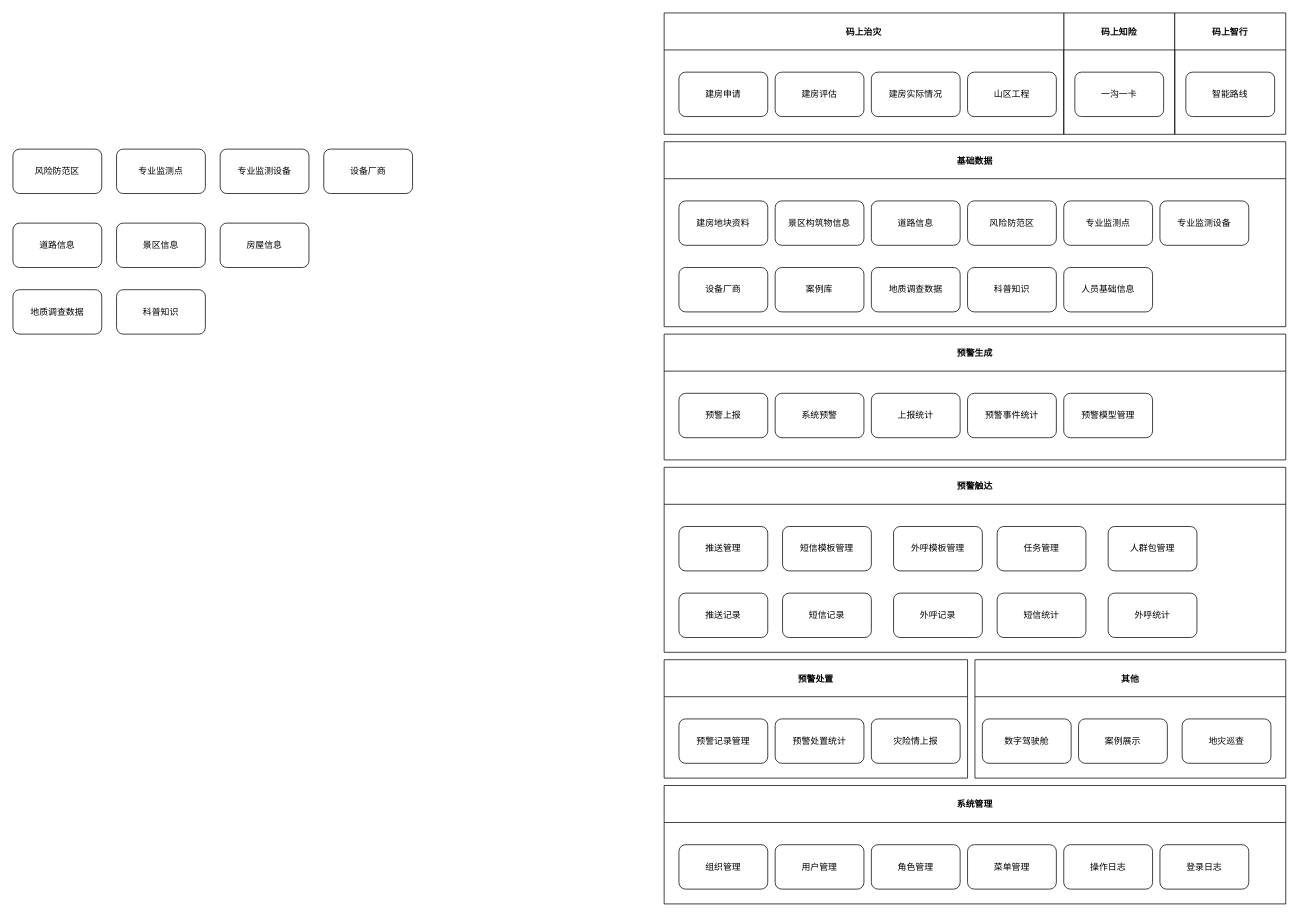
The draw.io diagram 柯城地灾模块设计.drawio in shoacom/docs, before the edit. Source tidied: cells renumbered, new cells numbered last; positions are measured from the earlier drawing's top-left corner, leaving out a move shared by most shapes. Both pictures are drawn from the tidied source at 74%, with x=0, y=0 at pixel (13, 13).
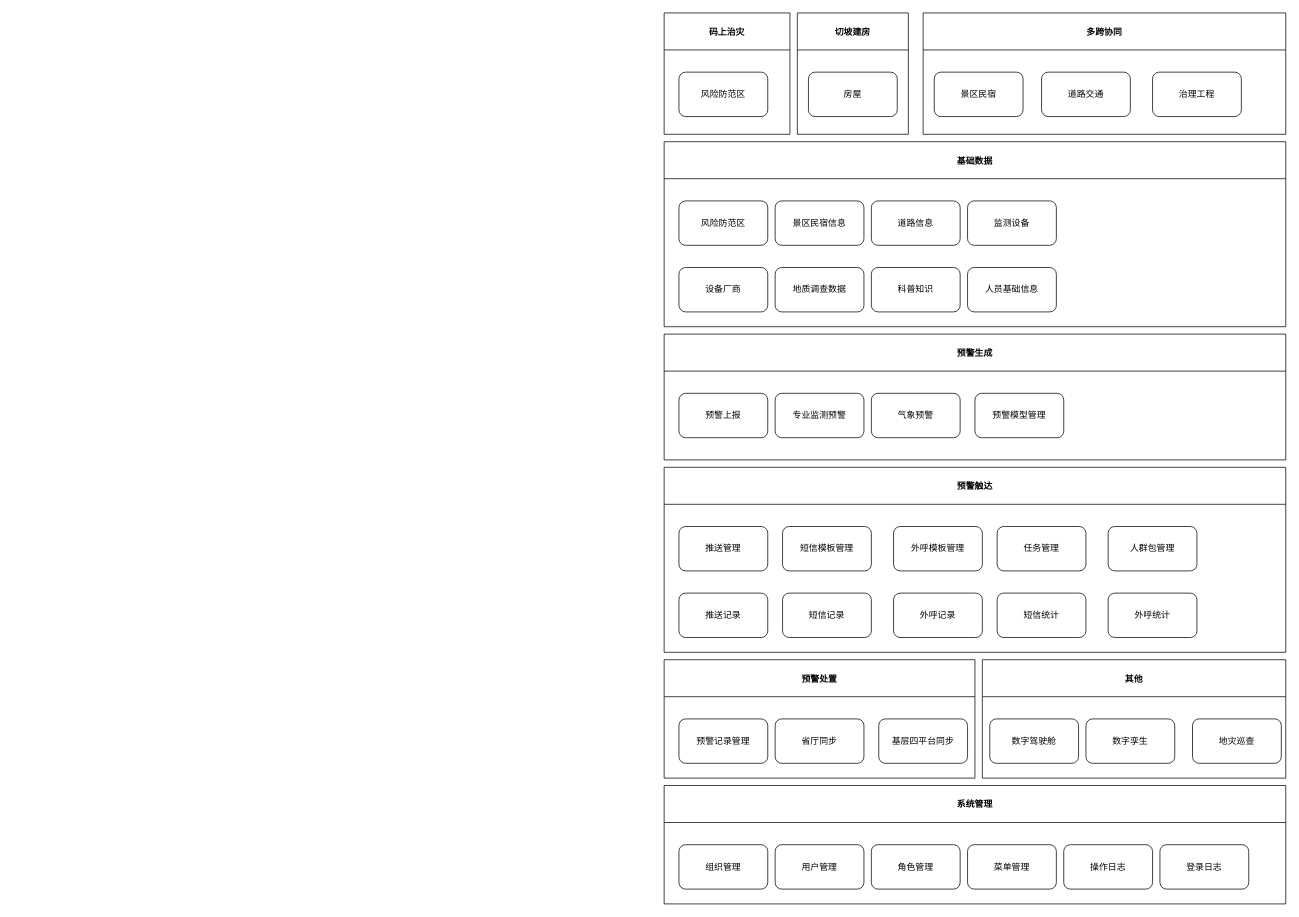
Above is the later version.

Commit message:
Update 柯城地灾模块设计.drawio

Unchanged cells that the change refers to:
```xml
<mxCell id="4" value="基础数据" style="swimlane;fontColor=default;strokeColor=default;fillColor=default;startSize=50;" parent="1" vertex="1">
  <mxGeometry x="880" y="174" width="840" height="250" as="geometry" />
</mxCell>
<mxCell id="16" value="预警生成" style="swimlane;fontColor=default;strokeColor=default;fillColor=default;startSize=50;" parent="1" vertex="1">
  <mxGeometry x="880" y="434" width="840" height="170" as="geometry" />
</mxCell>
```

Diff of the diagram source:
```diff
@@
-    <mxCell id="2" value="码上知险" style="swimlane;fontColor=default;strokeColor=default;fillColor=default;startSize=50;" parent="1" vertex="1">
-      <mxGeometry x="1420" width="150" height="164" as="geometry" />
+    <mxCell id="2" value="切坡建房" style="swimlane;fontColor=default;strokeColor=default;fillColor=default;startSize=50;" parent="1" vertex="1">
+      <mxGeometry x="1060" width="150" height="164" as="geometry" />
     </mxCell>
-    <mxCell id="3" value="&lt;span&gt;一沟一卡&lt;/span&gt;" style="whiteSpace=wrap;html=1;rounded=1;labelBackgroundColor=default;fillColor=default;strokeColor=default;fontColor=default;" parent="2" vertex="1">
+    <mxCell id="3" value="&lt;span&gt;房屋&lt;/span&gt;" style="whiteSpace=wrap;html=1;rounded=1;labelBackgroundColor=default;fillColor=default;strokeColor=default;fontColor=default;" parent="2" vertex="1">
       <mxGeometry x="15" y="80" width="120" height="60" as="geometry" />
     </mxCell>
@@
     <mxCell id="5" value="风险防范区" style="rounded=1;whiteSpace=wrap;html=1;labelBackgroundColor=default;fontColor=default;strokeColor=default;fillColor=default;" parent="4" vertex="1">
-      <mxGeometry x="410" y="80" width="120" height="60" as="geometry" />
+      <mxGeometry x="20" y="80" width="120" height="60" as="geometry" />
     </mxCell>
-    <mxCell id="6" value="专业监测点" style="rounded=1;whiteSpace=wrap;html=1;labelBackgroundColor=default;fontColor=default;strokeColor=default;fillColor=default;" parent="4" vertex="1">
-      <mxGeometry x="540" y="80" width="120" height="60" as="geometry" />
-    </mxCell>
-    <mxCell id="7" value="专业监测设备" style="rounded=1;whiteSpace=wrap;html=1;labelBackgroundColor=default;fontColor=default;strokeColor=default;fillColor=default;" parent="4" vertex="1">
-      <mxGeometry x="670" y="80" width="120" height="60" as="geometry" />
+    <mxCell id="7" value="监测设备" style="rounded=1;whiteSpace=wrap;html=1;labelBackgroundColor=default;fontColor=default;strokeColor=default;fillColor=default;" parent="4" vertex="1">
+      <mxGeometry x="410" y="80" width="120" height="60" as="geometry" />
     </mxCell>
@@
-    <mxCell id="9" value="案例库" style="rounded=1;whiteSpace=wrap;html=1;labelBackgroundColor=default;fontColor=default;strokeColor=default;fillColor=default;" parent="4" vertex="1">
-      <mxGeometry x="150" y="170" width="120" height="60" as="geometry" />
-    </mxCell>
     <mxCell id="10" value="地质调查数据" style="rounded=1;whiteSpace=wrap;html=1;labelBackgroundColor=default;fontColor=default;strokeColor=default;fillColor=default;" parent="4" vertex="1">
-      <mxGeometry x="280" y="170" width="120" height="60" as="geometry" />
+      <mxGeometry x="150" y="170" width="120" height="60" as="geometry" />
     </mxCell>
     <mxCell id="11" value="科普知识" style="rounded=1;whiteSpace=wrap;html=1;labelBackgroundColor=default;fontColor=default;strokeColor=default;fillColor=default;" parent="4" vertex="1">
-      <mxGeometry x="410" y="170" width="120" height="60" as="geometry" />
+      <mxGeometry x="280" y="170" width="120" height="60" as="geometry" />
     </mxCell>
-    <mxCell id="12" value="建房地块资料" style="whiteSpace=wrap;html=1;rounded=1;fillColor=default;strokeColor=default;fontColor=default;labelBackgroundColor=default;" parent="4" vertex="1">
-      <mxGeometry x="20" y="80" width="120" height="60" as="geometry" />
-    </mxCell>
-    <mxCell id="13" value="景区构筑物信息" style="whiteSpace=wrap;html=1;rounded=1;fillColor=default;strokeColor=default;fontColor=default;labelBackgroundColor=default;" parent="4" vertex="1">
+    <mxCell id="13" value="景区民宿信息" style="whiteSpace=wrap;html=1;rounded=1;fillColor=default;strokeColor=default;fontColor=default;labelBackgroundColor=default;" parent="4" vertex="1">
       <mxGeometry x="150" y="80" width="120" height="60" as="geometry" />
     </mxCell>
@@
     <mxCell id="15" value="人员基础信息" style="rounded=1;whiteSpace=wrap;html=1;labelBackgroundColor=default;fontColor=default;strokeColor=default;fillColor=default;" parent="4" vertex="1">
-      <mxGeometry x="540" y="170" width="120" height="60" as="geometry" />
+      <mxGeometry x="410" y="170" width="120" height="60" as="geometry" />
     </mxCell>
@@
-    <mxCell id="17" value="系统预警" style="rounded=1;whiteSpace=wrap;html=1;labelBackgroundColor=default;fontColor=default;strokeColor=default;fillColor=default;" parent="16" vertex="1">
+    <mxCell id="17" value="专业监测预警" style="rounded=1;whiteSpace=wrap;html=1;labelBackgroundColor=default;fontColor=default;strokeColor=default;fillColor=default;" parent="16" vertex="1">
       <mxGeometry x="150" y="80" width="120" height="60" as="geometry" />
     </mxCell>
@@
-    <mxCell id="19" value="上报统计" style="rounded=1;whiteSpace=wrap;html=1;labelBackgroundColor=default;fontColor=default;strokeColor=default;fillColor=default;" parent="16" vertex="1">
+    <mxCell id="19" value="气象预警" style="rounded=1;whiteSpace=wrap;html=1;labelBackgroundColor=default;fontColor=default;strokeColor=default;fillColor=default;" parent="16" vertex="1">
       <mxGeometry x="280" y="80" width="120" height="60" as="geometry" />
     </mxCell>
-    <mxCell id="20" value="预警事件统计" style="rounded=1;whiteSpace=wrap;html=1;labelBackgroundColor=default;fontColor=default;strokeColor=default;fillColor=default;" parent="16" vertex="1">
-      <mxGeometry x="410" y="80" width="120" height="60" as="geometry" />
-    </mxCell>
     <mxCell id="21" value="预警模型管理" style="rounded=1;whiteSpace=wrap;html=1;labelBackgroundColor=default;fontColor=default;strokeColor=default;fillColor=default;" parent="16" vertex="1">
-      <mxGeometry x="540" y="80" width="120" height="60" as="geometry" />
+      <mxGeometry x="420" y="80" width="120" height="60" as="geometry" />
     </mxCell>
     <mxCell id="22" value="预警处置" style="swimlane;fontColor=default;strokeColor=default;fillColor=default;startSize=50;" parent="1" vertex="1">
-      <mxGeometry x="880" y="874" width="410" height="160" as="geometry" />
+      <mxGeometry x="880" y="874" width="420" height="160" as="geometry" />
     </mxCell>
-    <mxCell id="23" value="灾险情上报" style="rounded=1;whiteSpace=wrap;html=1;labelBackgroundColor=default;fontColor=default;strokeColor=default;fillColor=default;" parent="22" vertex="1">
-      <mxGeometry x="280" y="80" width="120" height="60" as="geometry" />
-    </mxCell>
-    <mxCell id="24" value="预警处置统计" style="rounded=1;whiteSpace=wrap;html=1;labelBackgroundColor=default;fontColor=default;strokeColor=default;fillColor=default;" parent="22" vertex="1">
+    <mxCell id="24" value="省厅同步" style="rounded=1;whiteSpace=wrap;html=1;labelBackgroundColor=default;fontColor=default;strokeColor=default;fillColor=default;" parent="22" vertex="1">
       <mxGeometry x="150" y="80" width="120" height="60" as="geometry" />
     </mxCell>
@@
+    <mxCell id="64" value="基层四平台同步" style="rounded=1;whiteSpace=wrap;html=1;labelBackgroundColor=default;fontColor=default;strokeColor=default;fillColor=default;" parent="22" vertex="1">
+      <mxGeometry x="290" y="80" width="120" height="60" as="geometry" />
+    </mxCell>
     <mxCell id="26" value="其他" style="swimlane;fontColor=default;strokeColor=default;fillColor=default;startSize=50;" parent="1" vertex="1">
-      <mxGeometry x="1300" y="874" width="420" height="160" as="geometry" />
+      <mxGeometry x="1310" y="874" width="410" height="160" as="geometry" />
     </mxCell>
-    <mxCell id="27" value="案例展示" style="rounded=1;whiteSpace=wrap;html=1;labelBackgroundColor=default;fontColor=default;strokeColor=default;fillColor=default;" parent="26" vertex="1">
+    <mxCell id="27" value="数字孪生" style="rounded=1;whiteSpace=wrap;html=1;labelBackgroundColor=default;fontColor=default;strokeColor=default;fillColor=default;" parent="26" vertex="1">
       <mxGeometry x="140" y="80" width="120" height="60" as="geometry" />
     </mxCell>
@@
     <mxCell id="29" value="地灾巡查" style="rounded=1;whiteSpace=wrap;html=1;labelBackgroundColor=default;fontColor=default;strokeColor=default;fillColor=default;" parent="26" vertex="1">
-      <mxGeometry x="280" y="80" width="120" height="60" as="geometry" />
+      <mxGeometry x="284" y="80" width="120" height="60" as="geometry" />
     </mxCell>
@@
     <mxCell id="48" value="码上治灾" style="swimlane;fontColor=default;strokeColor=default;fillColor=default;startSize=50;" parent="1" vertex="1">
-      <mxGeometry x="880" width="540" height="164" as="geometry" />
+      <mxGeometry x="880" width="170" height="164" as="geometry" />
     </mxCell>
-    <mxCell id="49" value="建房评估" style="whiteSpace=wrap;html=1;rounded=1;fillColor=default;strokeColor=default;fontColor=default;labelBackgroundColor=default;" parent="48" vertex="1">
-      <mxGeometry x="150" y="80" width="120" height="60" as="geometry" />
-    </mxCell>
-    <mxCell id="50" value="建房实际情况" style="whiteSpace=wrap;html=1;rounded=1;strokeColor=default;labelBackgroundColor=default;fontColor=default;fillColor=default;" parent="48" vertex="1">
-      <mxGeometry x="280" y="80" width="120" height="60" as="geometry" />
-    </mxCell>
-    <mxCell id="51" value="&lt;span&gt;建房申请&lt;/span&gt;" style="whiteSpace=wrap;html=1;rounded=1;labelBackgroundColor=default;fillColor=default;strokeColor=default;fontColor=default;" parent="48" vertex="1">
+    <mxCell id="51" value="&lt;span&gt;风险防范区&lt;/span&gt;" style="whiteSpace=wrap;html=1;rounded=1;labelBackgroundColor=default;fillColor=default;strokeColor=default;fontColor=default;" parent="48" vertex="1">
       <mxGeometry x="20" y="80" width="120" height="60" as="geometry" />
     </mxCell>
-    <mxCell id="52" value="&lt;span&gt;山区工程&lt;/span&gt;" style="whiteSpace=wrap;html=1;rounded=1;labelBackgroundColor=default;fillColor=default;strokeColor=default;fontColor=default;" parent="48" vertex="1">
-      <mxGeometry x="410" y="80" width="120" height="60" as="geometry" />
-    </mxCell>
-    <mxCell id="53" value="码上智行" style="swimlane;fontColor=default;strokeColor=default;fillColor=default;startSize=50;" parent="1" vertex="1">
-      <mxGeometry x="1570" width="150" height="164" as="geometry" />
+    <mxCell id="53" value="多跨协同" style="swimlane;fontColor=default;strokeColor=default;fillColor=default;startSize=50;" parent="1" vertex="1">
+      <mxGeometry x="1230" width="490" height="164" as="geometry" />
     </mxCell>
-    <mxCell id="54" value="智能路线" style="whiteSpace=wrap;html=1;rounded=1;labelBackgroundColor=default;fillColor=default;strokeColor=default;fontColor=default;" parent="53" vertex="1">
+    <mxCell id="54" value="景区民宿" style="whiteSpace=wrap;html=1;rounded=1;labelBackgroundColor=default;fillColor=default;strokeColor=default;fontColor=default;" parent="53" vertex="1">
       <mxGeometry x="15" y="80" width="120" height="60" as="geometry" />
     </mxCell>
-    <mxCell id="55" value="风险防范区" style="rounded=1;whiteSpace=wrap;html=1;labelBackgroundColor=default;fontColor=default;strokeColor=default;fillColor=default;" parent="1" vertex="1">
-      <mxGeometry y="184" width="120" height="60" as="geometry" />
-    </mxCell>
-    <mxCell id="56" value="专业监测点" style="rounded=1;whiteSpace=wrap;html=1;labelBackgroundColor=default;fontColor=default;strokeColor=default;fillColor=default;" parent="1" vertex="1">
-      <mxGeometry x="140" y="184" width="120" height="60" as="geometry" />
-    </mxCell>
-    <mxCell id="57" value="专业监测设备" style="rounded=1;whiteSpace=wrap;html=1;labelBackgroundColor=default;fontColor=default;strokeColor=default;fillColor=default;" parent="1" vertex="1">
-      <mxGeometry x="280" y="184" width="120" height="60" as="geometry" />
-    </mxCell>
-    <mxCell id="58" value="设备厂商" style="rounded=1;whiteSpace=wrap;html=1;labelBackgroundColor=default;fontColor=default;strokeColor=default;fillColor=default;" parent="1" vertex="1">
-      <mxGeometry x="420" y="184" width="120" height="60" as="geometry" />
-    </mxCell>
-    <mxCell id="59" value="地质调查数据" style="rounded=1;whiteSpace=wrap;html=1;labelBackgroundColor=default;fontColor=default;strokeColor=default;fillColor=default;" parent="1" vertex="1">
-      <mxGeometry y="374" width="120" height="60" as="geometry" />
-    </mxCell>
-    <mxCell id="60" value="科普知识" style="rounded=1;whiteSpace=wrap;html=1;labelBackgroundColor=default;fontColor=default;strokeColor=default;fillColor=default;" parent="1" vertex="1">
-      <mxGeometry x="140" y="374" width="120" height="60" as="geometry" />
-    </mxCell>
-    <mxCell id="61" value="房屋信息" style="whiteSpace=wrap;html=1;rounded=1;fillColor=default;strokeColor=default;fontColor=default;labelBackgroundColor=default;" parent="1" vertex="1">
-      <mxGeometry x="280" y="284" width="120" height="60" as="geometry" />
-    </mxCell>
-    <mxCell id="62" value="道路信息" style="whiteSpace=wrap;html=1;rounded=1;fillColor=default;strokeColor=default;fontColor=default;labelBackgroundColor=default;" parent="1" vertex="1">
-      <mxGeometry y="284" width="120" height="60" as="geometry" />
-    </mxCell>
-    <mxCell id="63" value="景区信息" style="whiteSpace=wrap;html=1;rounded=1;fillColor=default;strokeColor=default;fontColor=default;labelBackgroundColor=default;" parent="1" vertex="1">
-      <mxGeometry x="140" y="284" width="120" height="60" as="geometry" />
-    </mxCell>
+    <mxCell id="65" value="道路交通" style="whiteSpace=wrap;html=1;rounded=1;labelBackgroundColor=default;fillColor=default;strokeColor=default;fontColor=default;" parent="53" vertex="1">
+      <mxGeometry x="160" y="80" width="120" height="60" as="geometry" />
+    </mxCell>
+    <mxCell id="66" value="治理工程" style="whiteSpace=wrap;html=1;rounded=1;labelBackgroundColor=default;fillColor=default;strokeColor=default;fontColor=default;" parent="53" vertex="1">
+      <mxGeometry x="310" y="80" width="120" height="60" as="geometry" />
+    </mxCell>
```
